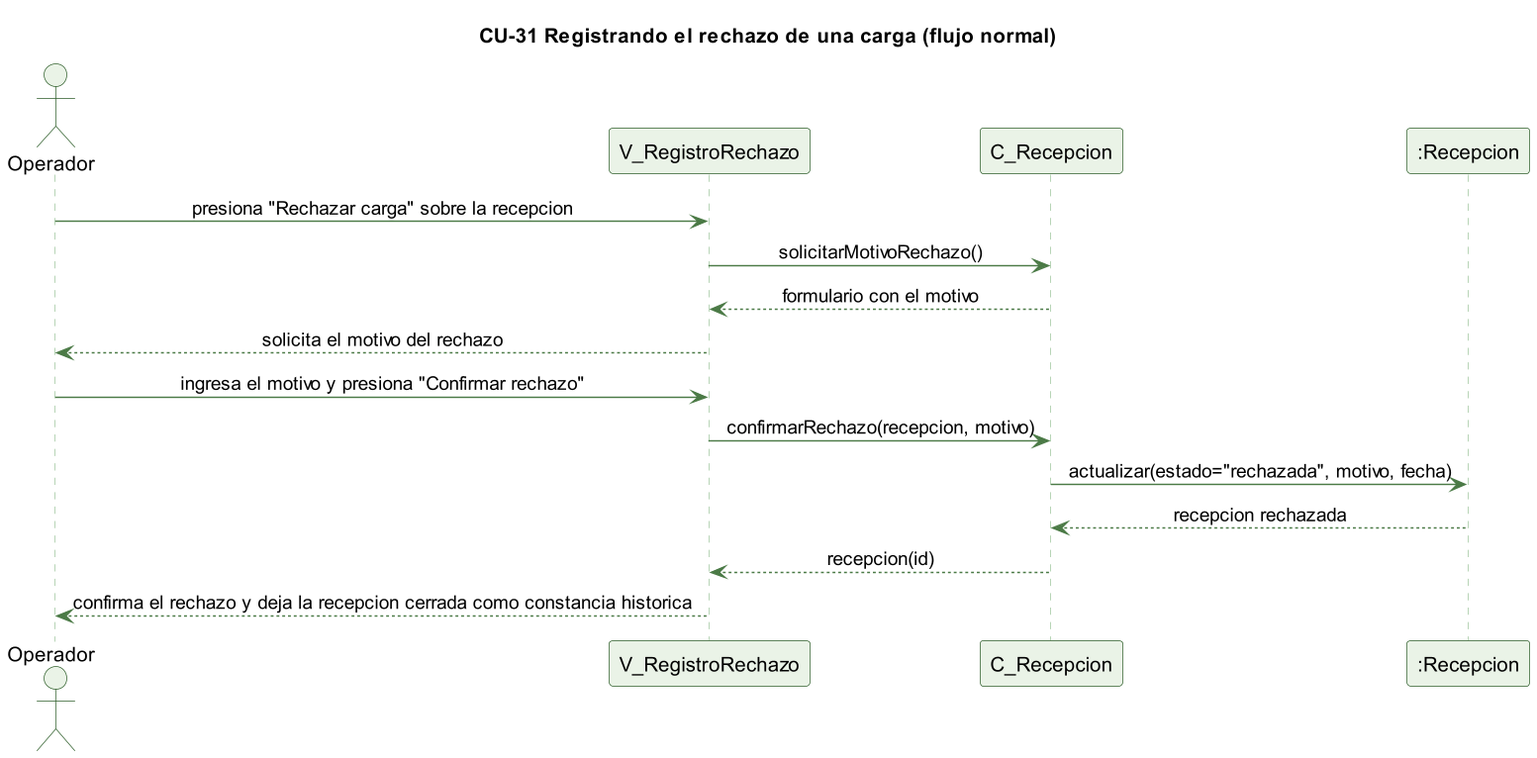
Earlier version of the PlantUML export docs/trabajo-grupal/diagramas/secuencias/cu31-rechazo-normal.png (kenjikaese/Triverde).
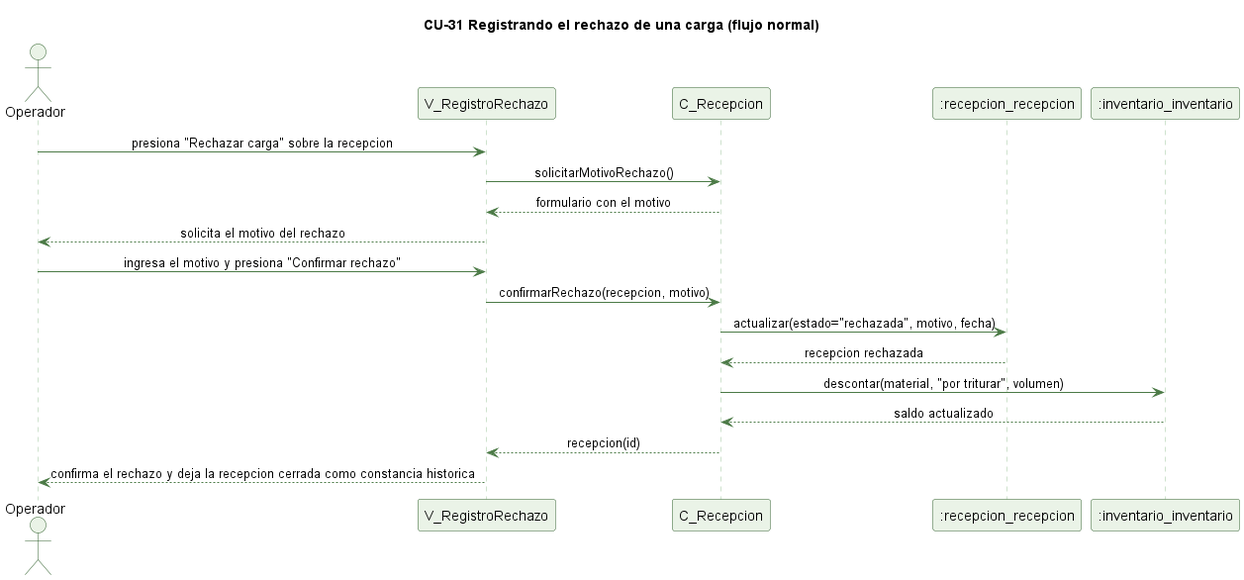
After the change.

Commit message:
C_Recepcion: aceptar, multa y rechazo; el rechazo revierte el inventario (CU-30, CU-31)

Diff of the diagram source:
```diff
@@ -1,5 +1,4 @@
 @startuml cu31-rechazo-normal
-skinparamlocked dpi 140
 skinparam backgroundColor #FFFFFF
 skinparam shadowing false
 skinparam defaultFontName Helvetica
@@ -16,7 +15,8 @@
 actor Operador
 participant "V_RegistroRechazo" as V
 participant "C_Recepcion" as C
-participant ":Recepcion" as R
+participant ":recepcion_recepcion" as R
+participant ":inventario_inventario" as I
 
 Operador -> V : presiona "Rechazar carga" sobre la recepcion
 V -> C : solicitarMotivoRechazo()
@@ -27,6 +27,8 @@
 V -> C : confirmarRechazo(recepcion, motivo)
 C -> R : actualizar(estado="rechazada", motivo, fecha)
 R --> C : recepcion rechazada
+C -> I : descontar(material, "por triturar", volumen)
+I --> C : saldo actualizado
 C --> V : recepcion(id)
 V --> Operador : confirma el rechazo y deja la recepcion cerrada como constancia historica
 
```
